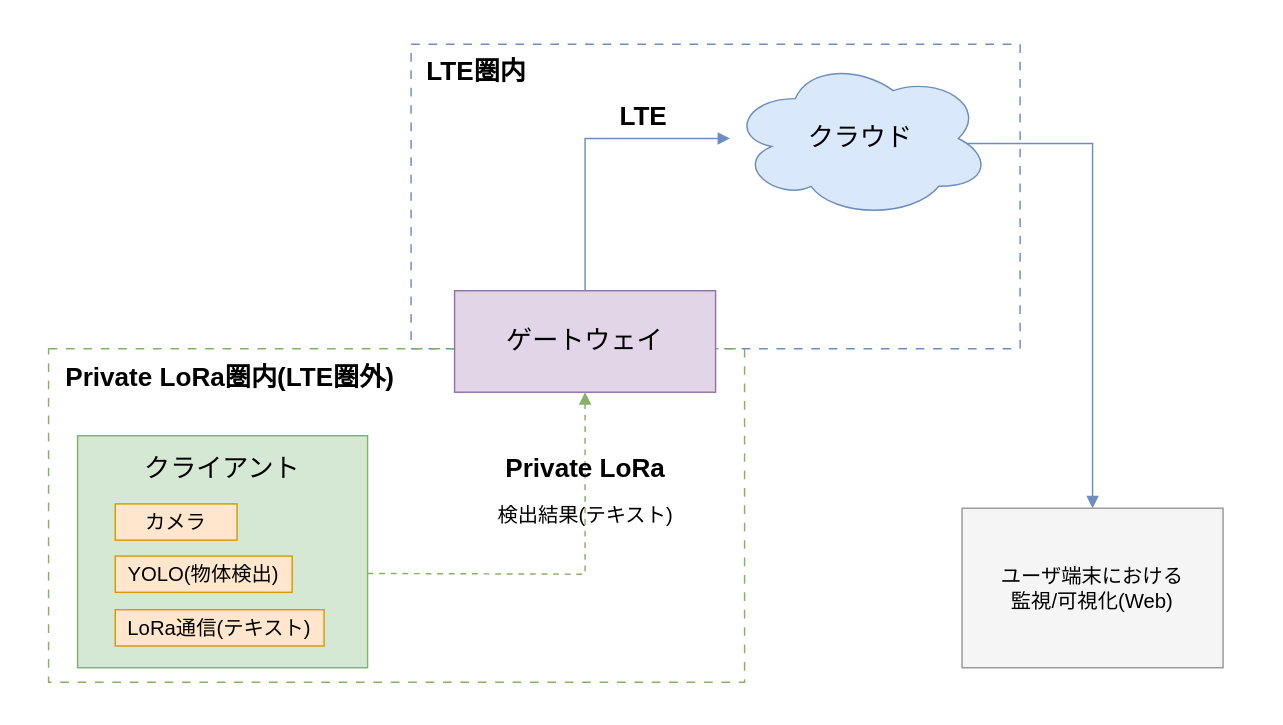
The draw.io diagram images/system.drawio in Applica-760/contest-archive, before the edit. Source tidied: cells renumbered, new cells numbered last; positions are measured from the earlier drawing's top-left corner, leaving out a move shared by most shapes. Both pictures are drawn from the tidied source at 145%, with x=0, y=0 at pixel (48, 44).
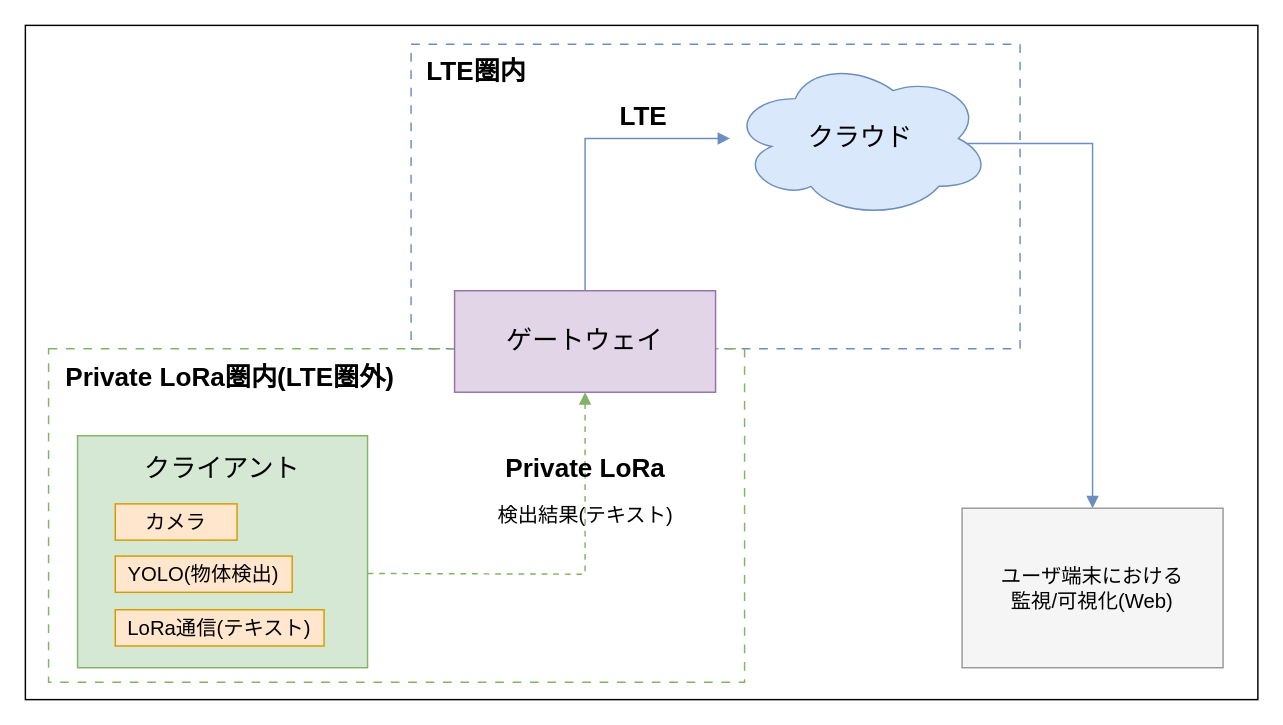
Above is the later version.

Diff of the diagram source:
```diff
@@
+    <mxCell id="19" style="whiteSpace=wrap;html=1;fillColor=light-dark(#FFFFFF,#000000);" parent="1" vertex="1">
+      <mxGeometry x="-16" y="-13" width="850" height="465" as="geometry" />
+    </mxCell>
```
